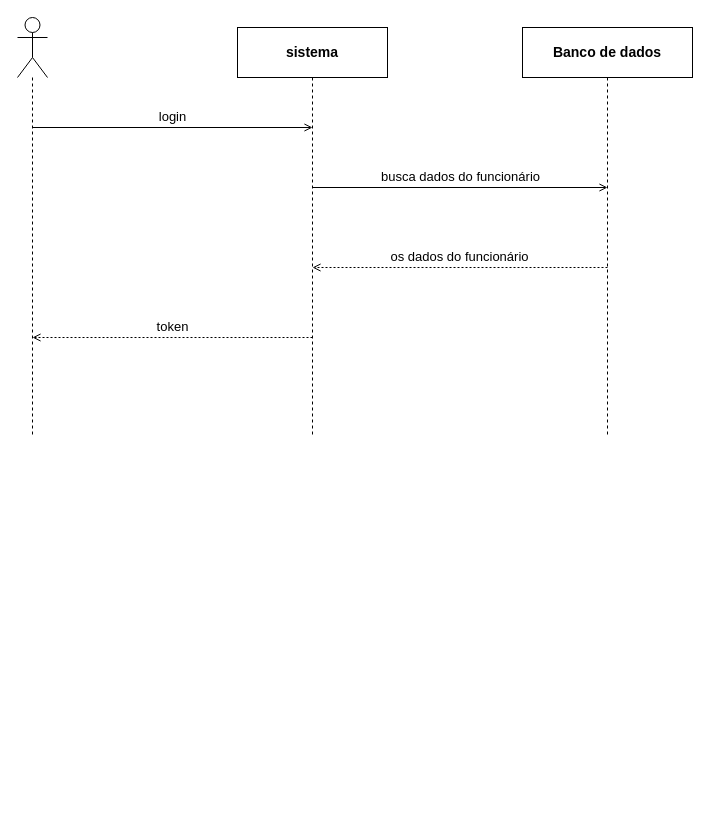
The draw.io diagram page "login" (1 of 24) of diagramas/sequencias/sequencias-todas.drawio in viniciusclima12-pixel/Sistema-escola, before the edit. Source tidied: cells renumbered, new cells numbered last; positions are measured from the earlier drawing's top-left corner, leaving out a move shared by most shapes. Both pictures are drawn from the tidied source at 100%, with x=0, y=0 at pixel (17, 17).
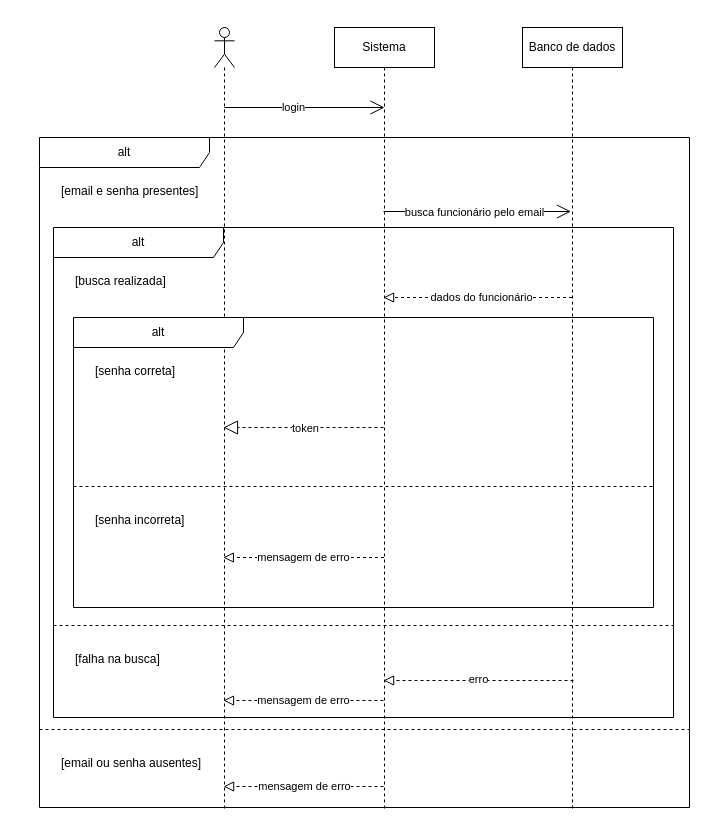
Above is the later version.

The edit, as a diff of the source:
```diff
@@
-    <mxCell id="2" style="shape=umlActor;verticalLabelPosition=bottom;verticalAlign=top;html=1;outlineConnect=0;strokeColor=#000000;fillColor=none;" parent="1" vertex="1">
-      <mxGeometry width="30" height="60" as="geometry" />
-    </mxCell>
-    <mxCell id="3" style="endArrow=none;dashed=1;html=1;strokeColor=#000000;exitX=0.5;exitY=1;exitDx=0;exitDy=0;" parent="1" edge="1" source="2">
-      <mxGeometry relative="1" as="geometry">
-        <mxPoint x="15" y="420" as="targetPoint" />
-      </mxGeometry>
-    </mxCell>
-    <mxCell id="4" value="sistema" style="rounded=0;whiteSpace=wrap;html=1;strokeColor=#000000;fillColor=none;fontStyle=1;fontSize=14;" parent="1" vertex="1">
-      <mxGeometry x="220" y="10" width="150" height="50" as="geometry" />
-    </mxCell>
-    <mxCell id="5" style="endArrow=none;dashed=1;html=1;strokeColor=#000000;exitX=0.5;exitY=1;exitDx=0;exitDy=0;" parent="1" edge="1" source="4">
-      <mxGeometry relative="1" as="geometry">
-        <mxPoint x="295" y="420" as="targetPoint" />
-      </mxGeometry>
-    </mxCell>
+    <mxCell id="12" style="shape=umlLifeline;perimeter=lifelinePerimeter;whiteSpace=wrap;html=1;newEdgeStyle={&quot;curved&quot;:0,&quot;rounded&quot;:0};participant=umlActor;" parent="1" vertex="1">
+      <mxGeometry x="197" y="10" width="20" height="782" as="geometry" />
+    </mxCell>
+    <mxCell id="13" value="Sistema" style="shape=umlLifeline;perimeter=lifelinePerimeter;whiteSpace=wrap;html=1;newEdgeStyle={&quot;curved&quot;:0,&quot;rounded&quot;:0};" parent="1" vertex="1">
+      <mxGeometry x="317" y="10" width="100" height="782" as="geometry" />
+    </mxCell>
-    <mxCell id="6" value="Banco de dados" style="rounded=0;whiteSpace=wrap;html=1;strokeColor=#000000;fillColor=none;fontStyle=1;fontSize=14;" parent="1" vertex="1">
-      <mxGeometry x="505" y="10" width="170" height="50" as="geometry" />
+    <mxCell id="6" value="Banco de dados" style="shape=umlLifeline;perimeter=lifelinePerimeter;whiteSpace=wrap;html=1;outlineConnect=0;portConstraint=eastwest;newEdgeStyle={&quot;curved&quot;:0,&quot;rounded&quot;:0};" parent="1" vertex="1">
+      <mxGeometry x="505" y="10" width="100" height="782" as="geometry" />
     </mxCell>
-    <mxCell id="7" style="endArrow=none;dashed=1;html=1;strokeColor=#000000;exitX=0.5;exitY=1;exitDx=0;exitDy=0;" parent="1" edge="1" source="6">
-      <mxGeometry relative="1" as="geometry">
-        <mxPoint x="590" y="420" as="targetPoint" />
-      </mxGeometry>
-    </mxCell>
+    <mxCell id="14" style="endArrow=open;endFill=1;endSize=12;html=1;" parent="1" edge="1">
+      <mxGeometry relative="1" as="geometry">
+        <mxPoint x="207" y="90" as="sourcePoint" />
+        <mxPoint x="367" y="90" as="targetPoint" />
+      </mxGeometry>
+    </mxCell>
-    <mxCell id="8" value="login" style="html=1;endArrow=open;startArrow=none;endFill=1;strokeColor=#000000;fontColor=#000000;fontSize=13;verticalAlign=bottom;labelBackgroundColor=none;" parent="1" edge="1">
-      <mxGeometry relative="1" as="geometry">
-        <mxPoint x="15" y="110" as="sourcePoint" />
-        <mxPoint x="295" y="110" as="targetPoint" />
-      </mxGeometry>
+    <mxCell id="8" value="login" style="edgeLabel;html=1;align=center;verticalAlign=middle;" parent="14" vertex="1">
+      <mxGeometry x="-0.15" y="1" relative="1" as="geometry" />
     </mxCell>
-    <mxCell id="9" value="busca dados do funcionário" style="html=1;endArrow=open;startArrow=none;endFill=1;strokeColor=#000000;fontColor=#000000;fontSize=13;verticalAlign=bottom;labelBackgroundColor=none;" parent="1" edge="1">
-      <mxGeometry relative="1" as="geometry">
-        <mxPoint x="295" y="170" as="sourcePoint" />
-        <mxPoint x="590" y="170" as="targetPoint" />
-      </mxGeometry>
-    </mxCell>
-    <mxCell id="10" value="os dados do funcionário" style="html=1;endArrow=open;startArrow=none;endFill=1;dashed=1;dashPattern=2 2;strokeColor=#000000;fontColor=#000000;fontSize=13;verticalAlign=bottom;labelBackgroundColor=none;" parent="1" edge="1">
-      <mxGeometry relative="1" as="geometry">
-        <mxPoint x="590" y="250" as="sourcePoint" />
-        <mxPoint x="295" y="250" as="targetPoint" />
-      </mxGeometry>
-    </mxCell>
+    <mxCell id="15" value="alt" style="shape=umlFrame;whiteSpace=wrap;html=1;width=170;" parent="1" vertex="1">
+      <mxGeometry x="22" y="120" width="650" height="670" as="geometry" />
+    </mxCell>
+    <mxCell id="16" value="[email e senha presentes]" style="text;html=1;" parent="15" vertex="1">
+      <mxGeometry width="100" height="20" relative="1" as="geometry">
+        <mxPoint x="20" y="40" as="offset" />
+      </mxGeometry>
+    </mxCell>
+    <mxCell id="17" value="[email ou senha ausentes]" style="line;strokeWidth=1;dashed=1;labelPosition=center;verticalLabelPosition=bottom;align=left;verticalAlign=top;spacingLeft=20;spacingTop=15;html=1;whiteSpace=wrap;" parent="15" vertex="1">
+      <mxGeometry y="587" width="650" height="10" as="geometry" />
+    </mxCell>
+    <mxCell id="18" style="endArrow=block;startArrow=none;endFill=0;startFill=0;endSize=8;html=1;verticalAlign=bottom;dashed=1;labelBackgroundColor=none;" parent="15" edge="1">
+      <mxGeometry relative="1" as="geometry">
+        <mxPoint x="344" y="649" as="sourcePoint" />
+        <mxPoint x="184.1" y="649" as="targetPoint" />
+      </mxGeometry>
+    </mxCell>
+    <mxCell id="19" value="mensagem de erro" style="edgeLabel;html=1;align=center;verticalAlign=middle;" parent="18" vertex="1">
+      <mxGeometry x="0.25" relative="1" as="geometry">
+        <mxPoint x="20" y="-1" as="offset" />
+      </mxGeometry>
+    </mxCell>
+    <mxCell id="20" style="endArrow=open;endFill=1;endSize=12;html=1;" parent="15" edge="1">
+      <mxGeometry relative="1" as="geometry">
+        <mxPoint x="344" y="74" as="sourcePoint" />
+        <mxPoint x="531.5" y="74" as="targetPoint" />
+      </mxGeometry>
+    </mxCell>
+    <mxCell id="21" value="busca funcionário pelo email" style="edgeLabel;html=1;align=center;verticalAlign=middle;" parent="20" vertex="1">
+      <mxGeometry x="-0.32" y="3" relative="1" as="geometry">
+        <mxPoint x="26" y="3" as="offset" />
+      </mxGeometry>
+    </mxCell>
+    <mxCell id="22" value="alt" style="shape=umlFrame;whiteSpace=wrap;html=1;width=170;" parent="15" vertex="1">
+      <mxGeometry x="14" y="90" width="620" height="490" as="geometry" />
+    </mxCell>
+    <mxCell id="23" value="[busca realizada]" style="text;html=1;" parent="22" vertex="1">
+      <mxGeometry width="100" height="20" relative="1" as="geometry">
+        <mxPoint x="20" y="40" as="offset" />
+      </mxGeometry>
+    </mxCell>
+    <mxCell id="24" value="[falha na busca]" style="line;strokeWidth=1;dashed=1;labelPosition=center;verticalLabelPosition=bottom;align=left;verticalAlign=top;spacingLeft=20;spacingTop=15;html=1;whiteSpace=wrap;" parent="22" vertex="1">
+      <mxGeometry y="393" width="620" height="10" as="geometry" />
+    </mxCell>
+    <mxCell id="25" style="endArrow=block;startArrow=none;endFill=0;startFill=0;endSize=8;html=1;verticalAlign=bottom;dashed=1;labelBackgroundColor=none;" parent="22" edge="1">
+      <mxGeometry relative="1" as="geometry">
+        <mxPoint x="520" y="453" as="sourcePoint" />
+        <mxPoint x="330.1" y="453" as="targetPoint" />
+      </mxGeometry>
+    </mxCell>
+    <mxCell id="26" value="erro" style="edgeLabel;html=1;align=center;verticalAlign=middle;" parent="25" vertex="1">
+      <mxGeometry x="0.28" y="-2" relative="1" as="geometry">
+        <mxPoint x="26" as="offset" />
+      </mxGeometry>
+    </mxCell>
+    <mxCell id="27" style="endArrow=block;startArrow=none;endFill=0;startFill=0;endSize=8;html=1;verticalAlign=bottom;dashed=1;labelBackgroundColor=none;" parent="22" edge="1">
+      <mxGeometry relative="1" as="geometry">
+        <mxPoint x="329.9" y="473" as="sourcePoint" />
+        <mxPoint x="170" y="473" as="targetPoint" />
+      </mxGeometry>
+    </mxCell>
+    <mxCell id="28" value="mensagem de erro" style="edgeLabel;html=1;align=center;verticalAlign=middle;" parent="27" vertex="1">
+      <mxGeometry x="0.25" relative="1" as="geometry">
+        <mxPoint x="20" y="-1" as="offset" />
+      </mxGeometry>
+    </mxCell>
+    <mxCell id="29" style="endArrow=block;startArrow=none;endFill=0;startFill=0;endSize=8;html=1;verticalAlign=bottom;dashed=1;labelBackgroundColor=none;" parent="22" edge="1">
+      <mxGeometry relative="1" as="geometry">
+        <mxPoint x="518.5" y="70" as="sourcePoint" />
+        <mxPoint x="330.1" y="70" as="targetPoint" />
+      </mxGeometry>
+    </mxCell>
+    <mxCell id="30" value="dados do funcionário" style="edgeLabel;html=1;align=center;verticalAlign=middle;" parent="29" vertex="1">
+      <mxGeometry x="0.13" y="-1" relative="1" as="geometry">
+        <mxPoint x="15" as="offset" />
+      </mxGeometry>
+    </mxCell>
+    <mxCell id="31" value="alt" style="shape=umlFrame;whiteSpace=wrap;html=1;width=170;" parent="22" vertex="1">
+      <mxGeometry x="20" y="90" width="580" height="290" as="geometry" />
+    </mxCell>
+    <mxCell id="32" value="[senha correta]" style="text;html=1;" parent="31" vertex="1">
+      <mxGeometry width="100" height="20" relative="1" as="geometry">
+        <mxPoint x="20" y="40" as="offset" />
+      </mxGeometry>
+    </mxCell>
+    <mxCell id="33" value="[senha incorreta]" style="line;strokeWidth=1;dashed=1;labelPosition=center;verticalLabelPosition=bottom;align=left;verticalAlign=top;spacingLeft=20;spacingTop=15;html=1;whiteSpace=wrap;" parent="31" vertex="1">
+      <mxGeometry y="164" width="580" height="10" as="geometry" />
+    </mxCell>
+    <mxCell id="34" style="endArrow=block;startArrow=none;endFill=0;startFill=0;endSize=8;html=1;verticalAlign=bottom;dashed=1;labelBackgroundColor=none;" parent="31" edge="1">
+      <mxGeometry relative="1" as="geometry">
+        <mxPoint x="310.5" y="240" as="sourcePoint" />
+        <mxPoint x="149.8" y="240" as="targetPoint" />
+      </mxGeometry>
+    </mxCell>
+    <mxCell id="35" value="mensagem de erro" style="edgeLabel;html=1;align=center;verticalAlign=middle;" parent="34" vertex="1">
+      <mxGeometry x="0.23" y="-1" relative="1" as="geometry">
+        <mxPoint x="18" as="offset" />
+      </mxGeometry>
+    </mxCell>
+    <mxCell id="36" style="endArrow=block;dashed=1;endFill=0;endSize=12;html=1;" parent="31" edge="1">
+      <mxGeometry relative="1" as="geometry">
+        <mxPoint x="310" y="110" as="sourcePoint" />
+        <mxPoint x="150" y="110" as="targetPoint" />
+      </mxGeometry>
+    </mxCell>
-    <mxCell id="11" value="token" style="html=1;endArrow=open;startArrow=none;endFill=1;dashed=1;dashPattern=2 2;strokeColor=#000000;fontColor=#000000;fontSize=13;verticalAlign=bottom;labelBackgroundColor=none;" parent="1" edge="1">
-      <mxGeometry relative="1" as="geometry">
-        <mxPoint x="295" y="320" as="sourcePoint" />
-        <mxPoint x="15" y="320" as="targetPoint" />
+    <mxCell id="11" value="token" style="edgeLabel;html=1;align=center;verticalAlign=middle;" parent="36" vertex="1">
+      <mxGeometry x="0.29" relative="1" as="geometry">
+        <mxPoint x="24" as="offset" />
       </mxGeometry>
     </mxCell>
```
